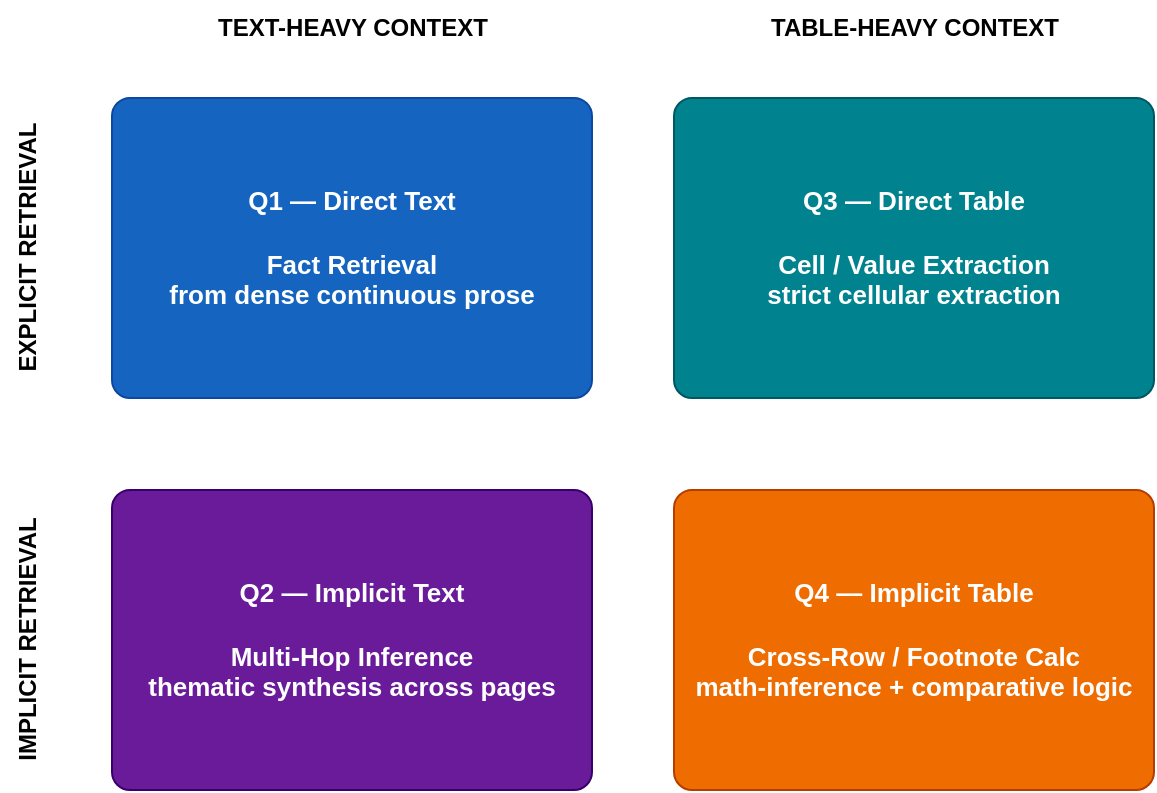
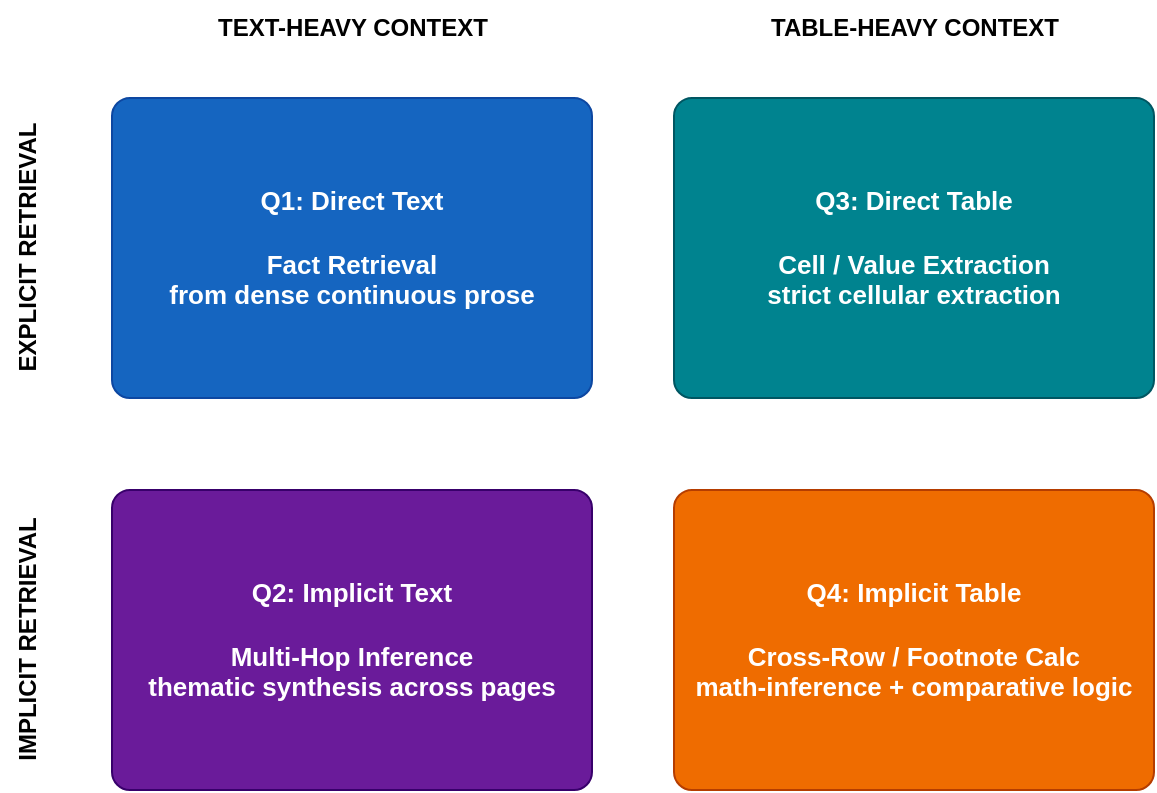
<mxfile host="app.diagrams.net">
  <diagram id="WmR0lya8Uitrn0QwqDIP" name="Page-1">
    <mxGraphModel dx="1240" dy="907" grid="0" gridSize="10" guides="1" tooltips="1" connect="1" arrows="1" fold="1" page="0" pageScale="1" pageWidth="850" pageHeight="500" math="0" shadow="0">
      <root>
        <mxCell id="0" />
        <mxCell id="1" parent="0" />
        <mxCell id="topL" parent="1" style="text;html=1;align=center;fontSize=12;fontStyle=1;fontColor=default;" value="TEXT-HEAVY CONTEXT" vertex="1">
          <mxGeometry height="24" width="240" x="160" y="55" as="geometry" />
        </mxCell>
        <mxCell id="topR" parent="1" style="text;html=1;align=center;fontSize=12;fontStyle=1;fontColor=default;" value="TABLE-HEAVY CONTEXT" vertex="1">
          <mxGeometry height="24" width="240" x="441" y="55" as="geometry" />
        </mxCell>
        <mxCell id="leftT" parent="1" style="text;html=1;align=center;fontSize=12;fontStyle=1;fontColor=default;horizontal=0;" value="EXPLICIT RETRIEVAL" vertex="1">
          <mxGeometry height="150" width="24" x="104" y="104" as="geometry" />
        </mxCell>
        <mxCell id="leftB" parent="1" style="text;html=1;align=center;fontSize=12;fontStyle=1;fontColor=default;horizontal=0;" value="IMPLICIT RETRIEVAL" vertex="1">
          <mxGeometry height="150" width="24" x="104" y="300" as="geometry" />
        </mxCell>
-         <mxCell id="q1" parent="1" style="rounded=1;whiteSpace=wrap;html=1;fillColor=#1565C0;strokeColor=#0D47A1;fontColor=#FFFFFF;fontSize=13;fontStyle=1;verticalAlign=middle;align=center;arcSize=6;" value="Q1 — Direct Text&#xa;&#xa;Fact Retrieval&#xa;from dense continuous prose" vertex="1">
+         <mxCell id="q1" parent="1" style="rounded=1;whiteSpace=wrap;html=1;fillColor=#1565C0;strokeColor=#0D47A1;fontColor=#FFFFFF;fontSize=13;fontStyle=1;verticalAlign=middle;align=center;arcSize=6;" value="Q1: Direct Text&#xa;&#xa;Fact Retrieval&#xa;from dense continuous prose" vertex="1">
          <mxGeometry height="150" width="240" x="160" y="104" as="geometry" />
        </mxCell>
-         <mxCell id="q3" parent="1" style="rounded=1;whiteSpace=wrap;html=1;fillColor=#00838F;strokeColor=#005662;fontColor=#FFFFFF;fontSize=13;fontStyle=1;verticalAlign=middle;align=center;arcSize=6;" value="Q3 — Direct Table&#xa;&#xa;Cell / Value Extraction&#xa;strict cellular extraction" vertex="1">
+         <mxCell id="q3" parent="1" style="rounded=1;whiteSpace=wrap;html=1;fillColor=#00838F;strokeColor=#005662;fontColor=#FFFFFF;fontSize=13;fontStyle=1;verticalAlign=middle;align=center;arcSize=6;" value="Q3: Direct Table&#xa;&#xa;Cell / Value Extraction&#xa;strict cellular extraction" vertex="1">
          <mxGeometry height="150" width="240" x="441" y="104" as="geometry" />
        </mxCell>
-         <mxCell id="q2" parent="1" style="rounded=1;whiteSpace=wrap;html=1;fillColor=#6A1B9A;strokeColor=#38006B;fontColor=#FFFFFF;fontSize=13;fontStyle=1;verticalAlign=middle;align=center;arcSize=6;" value="Q2 — Implicit Text&#xa;&#xa;Multi-Hop Inference&#xa;thematic synthesis across pages" vertex="1">
+         <mxCell id="q2" parent="1" style="rounded=1;whiteSpace=wrap;html=1;fillColor=#6A1B9A;strokeColor=#38006B;fontColor=#FFFFFF;fontSize=13;fontStyle=1;verticalAlign=middle;align=center;arcSize=6;" value="Q2: Implicit Text&#xa;&#xa;Multi-Hop Inference&#xa;thematic synthesis across pages" vertex="1">
          <mxGeometry height="150" width="240" x="160" y="300" as="geometry" />
        </mxCell>
-         <mxCell id="q4" parent="1" style="rounded=1;whiteSpace=wrap;html=1;fillColor=#EF6C00;strokeColor=#B53D00;fontColor=#FFFFFF;fontSize=13;fontStyle=1;verticalAlign=middle;align=center;arcSize=6;" value="Q4 — Implicit Table&#xa;&#xa;Cross-Row / Footnote Calc&#xa;math-inference + comparative logic" vertex="1">
+         <mxCell id="q4" parent="1" style="rounded=1;whiteSpace=wrap;html=1;fillColor=#EF6C00;strokeColor=#B53D00;fontColor=#FFFFFF;fontSize=13;fontStyle=1;verticalAlign=middle;align=center;arcSize=6;" value="Q4: Implicit Table&#xa;&#xa;Cross-Row / Footnote Calc&#xa;math-inference + comparative logic" vertex="1">
          <mxGeometry height="150" width="240" x="441" y="300" as="geometry" />
        </mxCell>
      </root>
    </mxGraphModel>
  </diagram>
</mxfile>
